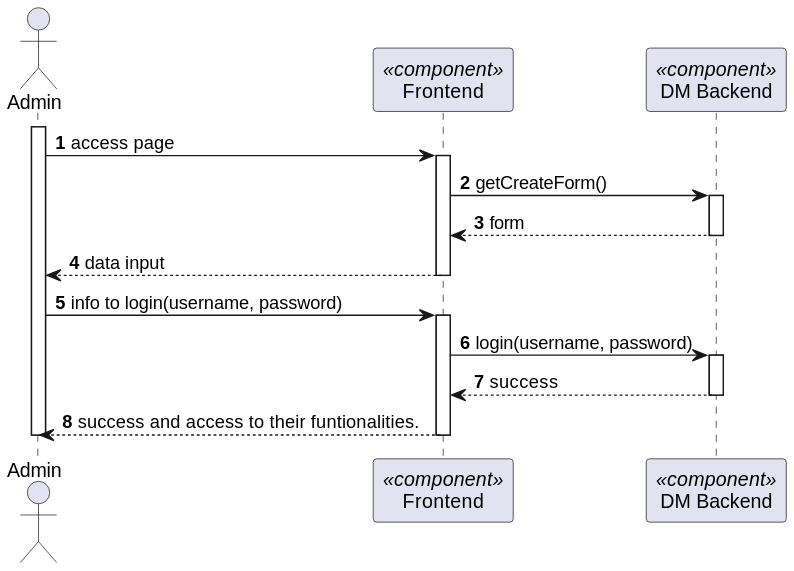
Ana-Miguel-Silva/SurgicalAppointmentAndResourceManagement keeps this PlantUML diagram as docs/BackofficeModule/7.2.4/sequence-diagram-2.svg. Above is the earlier version. The source it was exported from:
```plantuml
@startuml
skinparam packageStyle rectangle
skinparam shadowing false

autonumber

actor "Admin" as AD
participant "Frontend" as FE <<component>>
participant "DM Backend" as BE <<component>>



activate AD
AD -> FE: access page
activate FE
FE -> BE: getCreateForm()
activate BE
BE --> FE: form
deactivate BE
FE --> AD : data input
deactivate FE
AD -> FE : info to login(username, password)
activate FE
FE -> BE : login(username, password)
activate BE
BE --> FE: success
deactivate BE
FE --> AD : success and access to their funtionalities.
deactivate FE
deactivate AD
@enduml
```
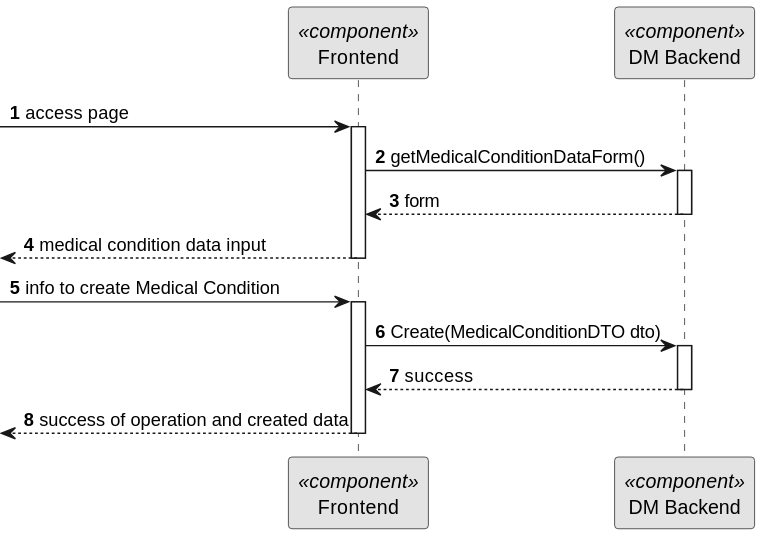
Later version of the same file.

Change to the diagram source:
```diff
@@ -1,31 +1,29 @@
 @startuml
+skinparam monochrome true
 skinparam packageStyle rectangle
 skinparam shadowing false
 
 autonumber
 
-actor "Admin" as AD
 participant "Frontend" as FE <<component>>
 participant "DM Backend" as BE <<component>>
 
 
 
-activate AD
-AD -> FE: access page
+-> FE: access page
 activate FE
-FE -> BE: getCreateForm()
+FE -> BE: getMedicalConditionDataForm()
 activate BE
 BE --> FE: form
 deactivate BE
-FE --> AD : data input
+<--FE : medical condition data input
 deactivate FE
-AD -> FE : info to login(username, password)
+-> FE : info to create Medical Condition
 activate FE
-FE -> BE : login(username, password)
+FE -> BE : Create(MedicalConditionDTO dto)
 activate BE
 BE --> FE: success
 deactivate BE
-FE --> AD : success and access to their funtionalities.
+<--FE : success of operation and created data
 deactivate FE
-deactivate AD
 @enduml
```
